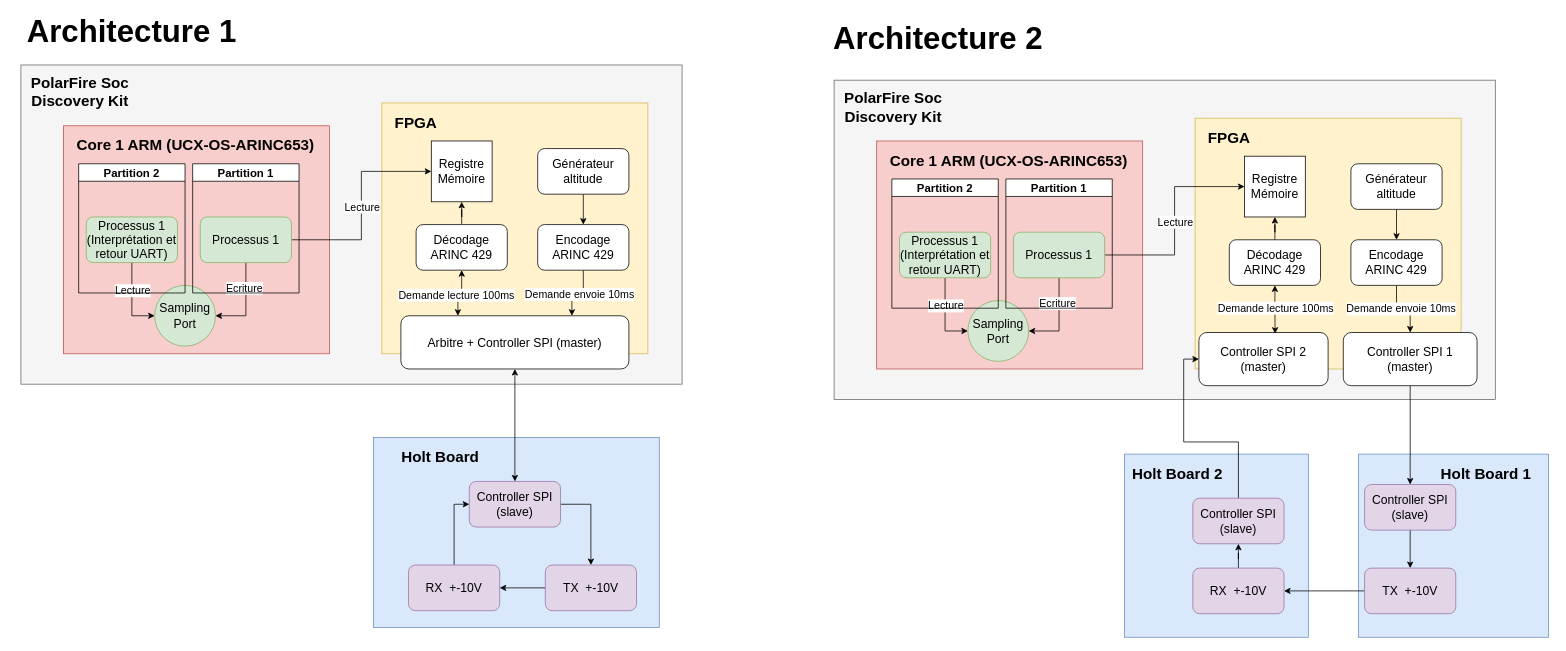
The draw.io diagram schemes/archi_tb.drawio in bouleaulama30/ucx-os-ARINC653, before the edit. Source tidied: cells renumbered, new cells numbered last; positions are measured from the earlier drawing's top-left corner, leaving out a move shared by most shapes. Both pictures are drawn from the tidied source at 76%, with x=0, y=0 at pixel (13, 20).
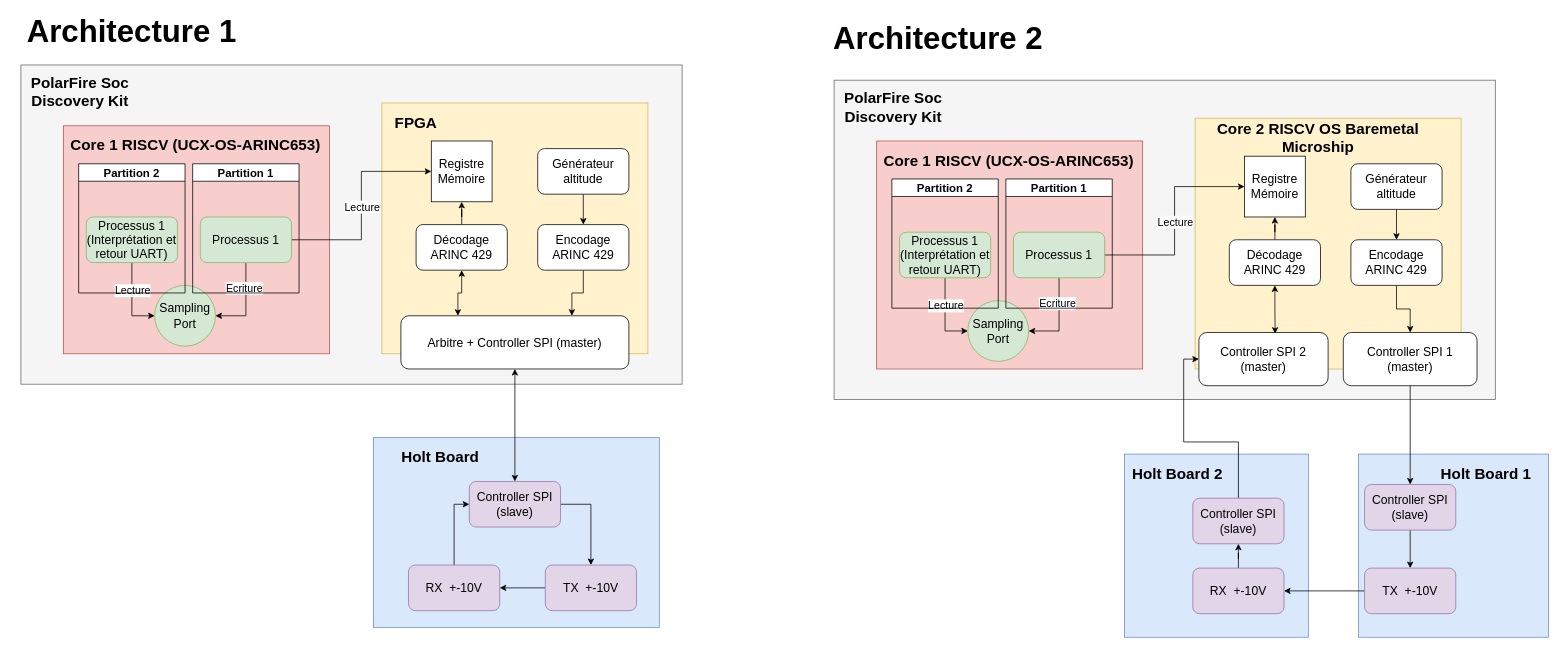
The same page after the edit.

Commit message:
Mettre à jour archi_tb.drawio

The change refers to these unchanged cells:
```xml
<mxCell id="9" style="edgeStyle=orthogonalEdgeStyle;rounded=0;jettySize=auto;html=1;entryX=0.75;entryY=0;entryDx=0;entryDy=0;" parent="1" edge="1" source="11" target="13">
  <mxGeometry relative="1" as="geometry" />
</mxCell>
<mxCell id="30" style="edgeStyle=orthogonalEdgeStyle;rounded=0;jettySize=auto;html=1;entryX=0.25;entryY=0;entryDx=0;entryDy=0;startArrow=classic;startFill=1;" parent="1" edge="1" source="33" target="13">
  <mxGeometry relative="1" as="geometry" />
</mxCell>
<mxCell id="46" style="edgeStyle=orthogonalEdgeStyle;rounded=0;jettySize=auto;html=1;entryX=0.5;entryY=0;entryDx=0;entryDy=0;" parent="1" edge="1" source="48" target="80">
  <mxGeometry relative="1" as="geometry" />
</mxCell>
<mxCell id="64" style="edgeStyle=orthogonalEdgeStyle;rounded=0;jettySize=auto;html=1;entryX=0.59;entryY=0.023;entryDx=0;entryDy=0;startArrow=classic;startFill=1;entryPerimeter=0;exitX=0.5;exitY=1;exitDx=0;exitDy=0;" parent="1" edge="1" source="67" target="49">
  <mxGeometry relative="1" as="geometry" />
</mxCell>
```

What changed in the source:
```diff
@@
-    <mxCell id="10" value="Demande envoie 10ms" style="edgeLabel;html=1;align=center;verticalAlign=middle;fontSize=14;" parent="9" vertex="1">
-      <mxGeometry x="-0.07" y="1" relative="1" as="geometry">
-        <mxPoint x="-1" as="offset" />
-      </mxGeometry>
-    </mxCell>
@@
-    <mxCell id="31" value="Demande lecture 100ms" style="edgeLabel;html=1;align=center;verticalAlign=middle;fontSize=14;" parent="30" vertex="1">
-      <mxGeometry x="0.14" y="-3" relative="1" as="geometry" />
-    </mxCell>
@@
-    <mxCell id="37" value="Core 1 ARM (UCX-OS-ARINC653)" style="text;html=1;whiteSpace=wrap;strokeColor=none;fillColor=none;align=center;verticalAlign=middle;rounded=0;fontStyle=1;fontSize=20;" parent="1" vertex="1">
+    <mxCell id="37" value="Core 1 RISCV (UCX-OS-ARINC653)" style="text;html=1;whiteSpace=wrap;strokeColor=none;fillColor=none;align=center;verticalAlign=middle;rounded=0;fontStyle=1;fontSize=20;" parent="1" vertex="1">
       <mxGeometry x="70" y="149" width="340" height="30" as="geometry" />
     </mxCell>
@@
-    <mxCell id="47" value="Demande envoie 10ms" style="edgeLabel;html=1;align=center;verticalAlign=middle;fontSize=14;" parent="46" vertex="1">
-      <mxGeometry x="-0.07" y="1" relative="1" as="geometry">
-        <mxPoint x="-1" as="offset" />
-      </mxGeometry>
-    </mxCell>
@@
-    <mxCell id="65" value="Demande lecture 100ms" style="edgeLabel;html=1;align=center;verticalAlign=middle;fontSize=14;" parent="64" vertex="1">
-      <mxGeometry x="0.14" y="-3" relative="1" as="geometry">
-        <mxPoint x="3" y="-6" as="offset" />
-      </mxGeometry>
-    </mxCell>
@@
-    <mxCell id="70" value="FPGA" style="text;html=1;whiteSpace=wrap;strokeColor=none;fillColor=none;align=center;verticalAlign=middle;rounded=0;fontStyle=1;fontSize=20;" parent="1" vertex="1">
-      <mxGeometry x="1570" y="139" width="60" height="30" as="geometry" />
+    <mxCell id="70" value="Core 2 RISCV OS Baremetal Microship" style="text;html=1;whiteSpace=wrap;strokeColor=none;fillColor=none;align=center;verticalAlign=middle;rounded=0;fontStyle=1;fontSize=20;" parent="1" vertex="1">
+      <mxGeometry x="1570" y="139" width="294" height="30" as="geometry" />
     </mxCell>
-    <mxCell id="71" value="Core 1 ARM (UCX-OS-ARINC653)" style="text;html=1;whiteSpace=wrap;strokeColor=none;fillColor=none;align=center;verticalAlign=middle;rounded=0;fontStyle=1;fontSize=20;" parent="1" vertex="1">
+    <mxCell id="71" value="Core 1 RISCV (UCX-OS-ARINC653)" style="text;html=1;whiteSpace=wrap;strokeColor=none;fillColor=none;align=center;verticalAlign=middle;rounded=0;fontStyle=1;fontSize=20;" parent="1" vertex="1">
       <mxGeometry x="1140" y="169" width="340" height="30" as="geometry" />
     </mxCell>
```
